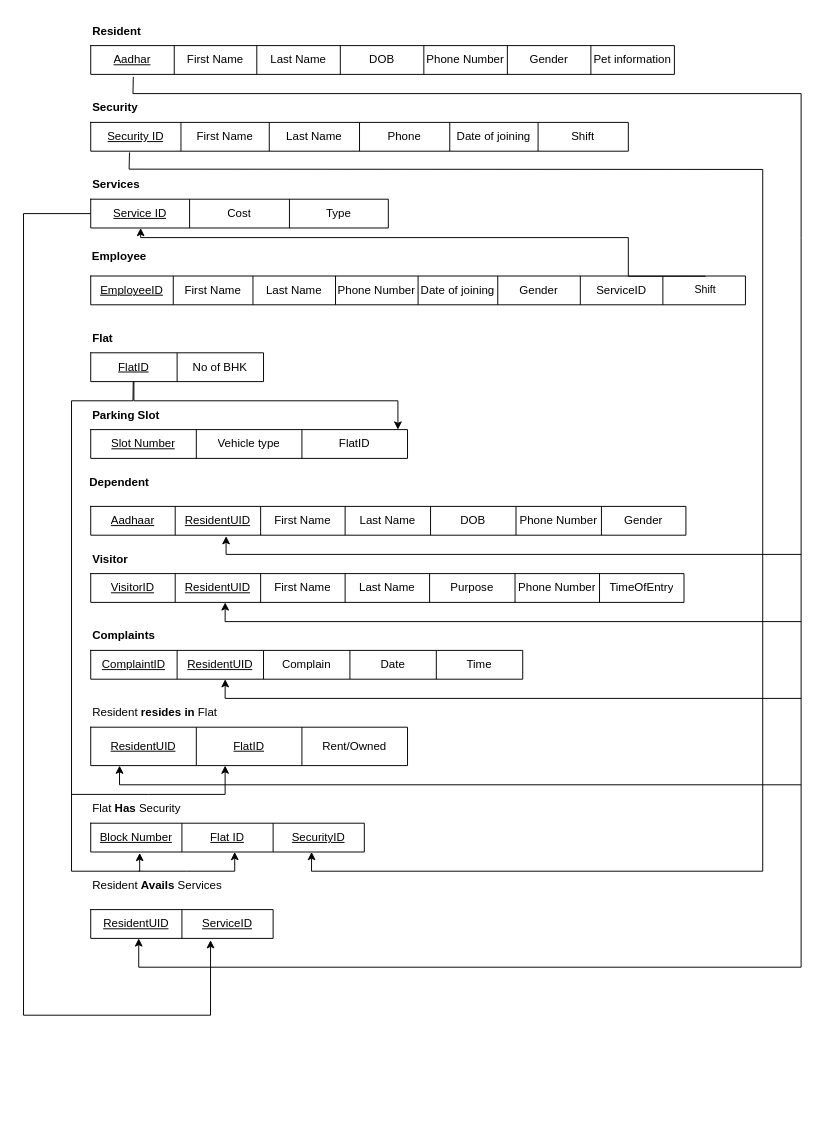
Before: DBMS_Del2_RelationalTable-3.drawio in RIT3shSapata/DBMS_Project, a draw.io diagram. Source tidied: cells renumbered, new cells numbered last; positions are measured from the earlier drawing's top-left corner, leaving out a move shared by most shapes. Both pictures are drawn from the tidied source at 96%, with x=0, y=0 at pixel (23, 16).
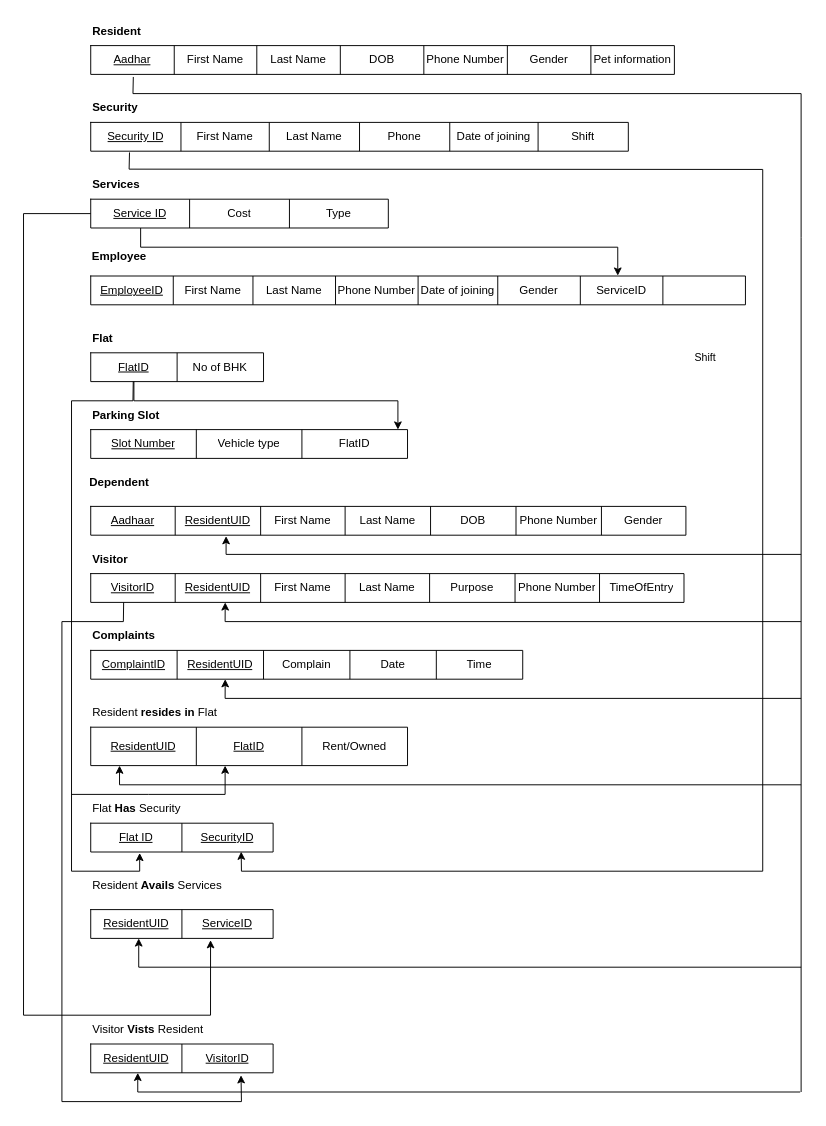
After the change.

Commit message:
Updated relation-table

The change refers to these unchanged cells:
```xml
<mxCell id="3" style="shape=partialRectangle;html=1;whiteSpace=wrap;fillColor=none;top=0;left=0;bottom=0;right=0;points=[[0,0.5],[1,0.5]];portConstraint=eastwest;" parent="2" vertex="1">
  <mxGeometry width="608" height="30" as="geometry" />
</mxCell>
<mxCell id="22" style="shape=partialRectangle;fillColor=none;top=0;left=0;bottom=0;right=0;points=[[0,0.5],[1,0.5]];portConstraint=eastwest;" parent="21" vertex="1">
  <mxGeometry width="310" height="30" as="geometry" />
</mxCell>
<mxCell id="28" style="shape=partialRectangle;fillColor=none;top=0;left=0;bottom=0;right=0;points=[[0,0.5],[1,0.5]];portConstraint=eastwest;" parent="27" vertex="1">
  <mxGeometry width="682" height="30" as="geometry" />
</mxCell>
```

Diff of the diagram source:
```diff
@@
+    <mxCell id="110" style="edgeStyle=orthogonalEdgeStyle;rounded=0;jettySize=auto;html=1;entryX=0.805;entryY=-0.012;entryDx=0;entryDy=0;entryPerimeter=0;" parent="1" edge="1" source="22" target="28">
+      <mxGeometry relative="1" as="geometry">
+        <Array as="points">
+          <mxPoint x="122" y="240" />
+          <mxPoint x="619" y="240" />
+        </Array>
+      </mxGeometry>
+    </mxCell>
@@
     <mxCell id="78" style="shape=table;startSize=0;childLayout=tableLayout;align=left;" parent="1" vertex="1">
-      <mxGeometry x="70" y="840" width="285" height="30" as="geometry" />
+      <mxGeometry x="70" y="840" width="190" height="30" as="geometry" />
     </mxCell>
     <mxCell id="79" style="shape=partialRectangle;fillColor=none;top=0;left=0;bottom=0;right=0;points=[[0,0.5],[1,0.5]];portConstraint=eastwest;align=left;" parent="78" vertex="1">
-      <mxGeometry width="285" height="30" as="geometry" />
+      <mxGeometry width="190" height="30" as="geometry" />
     </mxCell>
-    <mxCell id="80" value="&lt;u&gt;Block Number&lt;/u&gt;" style="shape=partialRectangle;html=1;whiteSpace=wrap;overflow=hidden;fillColor=none;top=0;left=0;bottom=0;right=0;align=center;" parent="79" vertex="1">
-      <mxGeometry width="95" height="30" as="geometry" />
-    </mxCell>
     <mxCell id="81" value="&lt;u&gt;Flat ID&lt;/u&gt;" style="shape=partialRectangle;html=1;whiteSpace=wrap;overflow=hidden;fillColor=none;top=0;left=0;bottom=0;right=0;align=center;" parent="79" vertex="1">
-      <mxGeometry x="95" width="95" height="30" as="geometry" />
+      <mxGeometry width="95" height="30" as="geometry" />
     </mxCell>
     <mxCell id="82" value="&lt;u&gt;SecurityID&lt;/u&gt;" style="shape=partialRectangle;html=1;whiteSpace=wrap;overflow=hidden;fillColor=none;top=0;left=0;bottom=0;right=0;align=center;" parent="79" vertex="1">
-      <mxGeometry x="190" width="95" height="30" as="geometry" />
+      <mxGeometry x="95" width="95" height="30" as="geometry" />
     </mxCell>
@@
     <mxCell id="88" style="endArrow=none;html=1;rounded=0;entryX=0.073;entryY=1.089;entryDx=0;entryDy=0;entryPerimeter=0;endFill=0;" parent="1" edge="1" target="3">
       <mxGeometry relative="1" as="geometry">
-        <mxPoint x="810" y="990" as="sourcePoint" />
+        <mxPoint x="810" y="1120" as="sourcePoint" />
         <Array as="points">
           <mxPoint x="810" y="230" />
           <mxPoint x="810" y="80" />
           <mxPoint x="114" y="80" />
         </Array>
       </mxGeometry>
     </mxCell>
@@
-    <mxCell id="94" style="endArrow=classic;html=1;rounded=0;" parent="1" edge="1">
-      <mxGeometry relative="1" as="geometry">
-        <mxPoint x="120" y="890" as="sourcePoint" />
-        <mxPoint x="220" y="870" as="targetPoint" />
-        <Array as="points">
-          <mxPoint x="170" y="890" />
-          <mxPoint x="220" y="890" />
-        </Array>
-      </mxGeometry>
-    </mxCell>
@@
-    <mxCell id="98" style="endArrow=classic;html=1;rounded=0;entryX=0.228;entryY=1;entryDx=0;entryDy=0;entryPerimeter=0;" parent="1" edge="1">
+    <mxCell id="98" style="endArrow=classic;html=1;rounded=0;entryX=0.825;entryY=0.988;entryDx=0;entryDy=0;entryPerimeter=0;" parent="1" edge="1" target="79">
       <mxGeometry relative="1" as="geometry">
         <mxPoint x="770" y="890" as="sourcePoint" />
-        <mxPoint x="300.1" y="870" as="targetPoint" />
         <Array as="points">
-          <mxPoint x="300" y="890" />
+          <mxPoint x="227" y="890" />
         </Array>
       </mxGeometry>
     </mxCell>
-    <mxCell id="99" style="edgeStyle=orthogonalEdgeStyle;rounded=0;jettySize=auto;html=1;exitX=0.939;exitY=0.009;exitDx=0;exitDy=0;exitPerimeter=0;" parent="1" edge="1" source="28" target="22">
-      <mxGeometry relative="1" as="geometry">
-        <Array as="points">
-          <mxPoint x="630" y="230" />
-          <mxPoint x="122" y="230" />
-        </Array>
-      </mxGeometry>
-    </mxCell>
@@
+    <mxCell id="111" value="Visitor &lt;b&gt;Vists&lt;/b&gt; Resident" style="text;html=1;strokeColor=none;fillColor=none;align=left;verticalAlign=middle;whiteSpace=wrap;rounded=0;" parent="1" vertex="1">
+      <mxGeometry x="70" y="1040" width="120" height="30" as="geometry" />
+    </mxCell>
+    <mxCell id="112" style="shape=table;startSize=0;childLayout=tableLayout;align=left;" parent="1" vertex="1">
+      <mxGeometry x="70" y="1070" width="190" height="30" as="geometry" />
+    </mxCell>
+    <mxCell id="113" style="shape=partialRectangle;fillColor=none;top=0;left=0;bottom=0;right=0;points=[[0,0.5],[1,0.5]];portConstraint=eastwest;align=left;" parent="112" vertex="1">
+      <mxGeometry width="190" height="30" as="geometry" />
+    </mxCell>
+    <mxCell id="114" value="&lt;u&gt;ResidentUID&lt;/u&gt;" style="shape=partialRectangle;html=1;whiteSpace=wrap;overflow=hidden;fillColor=none;top=0;left=0;bottom=0;right=0;align=center;" parent="113" vertex="1">
+      <mxGeometry width="95" height="30" as="geometry" />
+    </mxCell>
+    <mxCell id="115" value="&lt;u&gt;VisitorID&lt;/u&gt;" style="shape=partialRectangle;html=1;whiteSpace=wrap;overflow=hidden;fillColor=none;top=0;left=0;bottom=0;right=0;align=center;" parent="113" vertex="1">
+      <mxGeometry x="95" width="95" height="30" as="geometry" />
+    </mxCell>
+    <mxCell id="116" style="endArrow=classic;html=1;rounded=0;" parent="1" edge="1">
+      <mxGeometry relative="1" as="geometry">
+        <mxPoint x="809" y="1120" as="sourcePoint" />
+        <mxPoint x="119" y="1100" as="targetPoint" />
+        <Array as="points">
+          <mxPoint x="119" y="1120" />
+        </Array>
+      </mxGeometry>
+    </mxCell>
+    <mxCell id="117" style="endArrow=none;html=1;rounded=0;endFill=0;" parent="1" edge="1">
+      <mxGeometry relative="1" as="geometry">
+        <mxPoint x="40" y="1130" as="sourcePoint" />
+        <mxPoint x="104.3" y="610" as="targetPoint" />
+        <Array as="points">
+          <mxPoint x="40" y="630" />
+          <mxPoint x="104" y="630" />
+        </Array>
+      </mxGeometry>
+    </mxCell>
+    <mxCell id="118" style="endArrow=classic;html=1;rounded=0;entryX=0.824;entryY=1.086;entryDx=0;entryDy=0;entryPerimeter=0;" parent="1" edge="1" target="113">
+      <mxGeometry relative="1" as="geometry">
+        <mxPoint x="40" y="1130" as="sourcePoint" />
+        <Array as="points">
+          <mxPoint x="227" y="1130" />
+        </Array>
+      </mxGeometry>
+    </mxCell>
```
